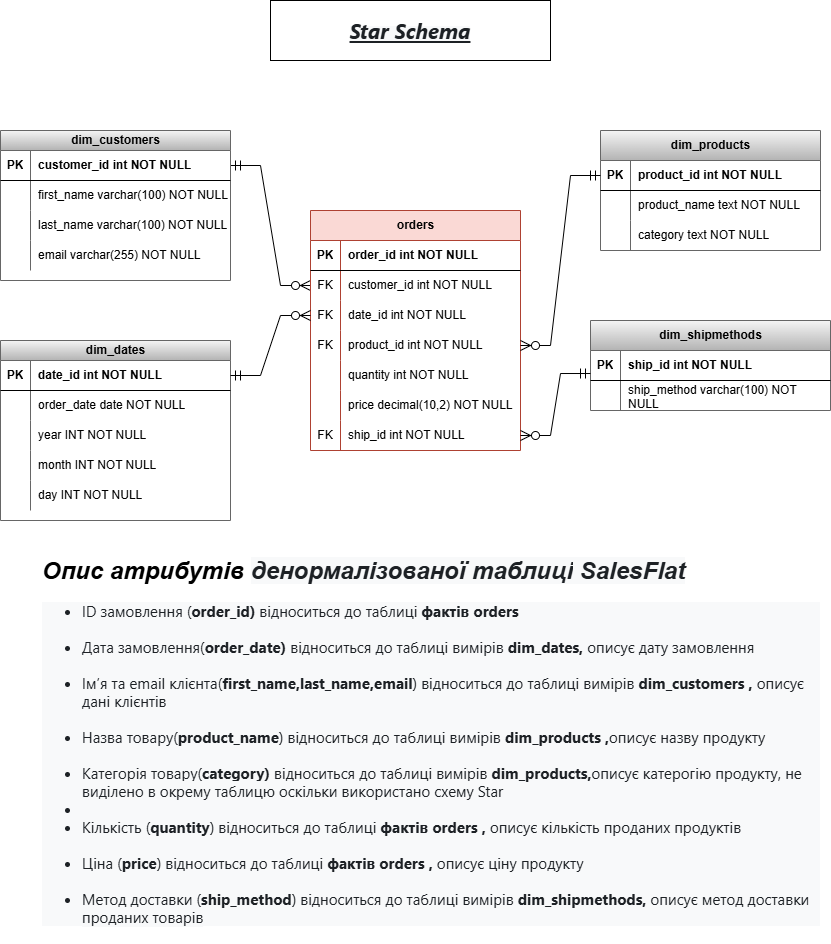
Earlier version of the draw.io export Untitled Diagram_1.drawio.png (oksanaSuriak/lab-homework). Source tidied: cells renumbered, new cells last; positions are measured from the earlier drawing's top-left corner, leaving out a move shared by most shapes.
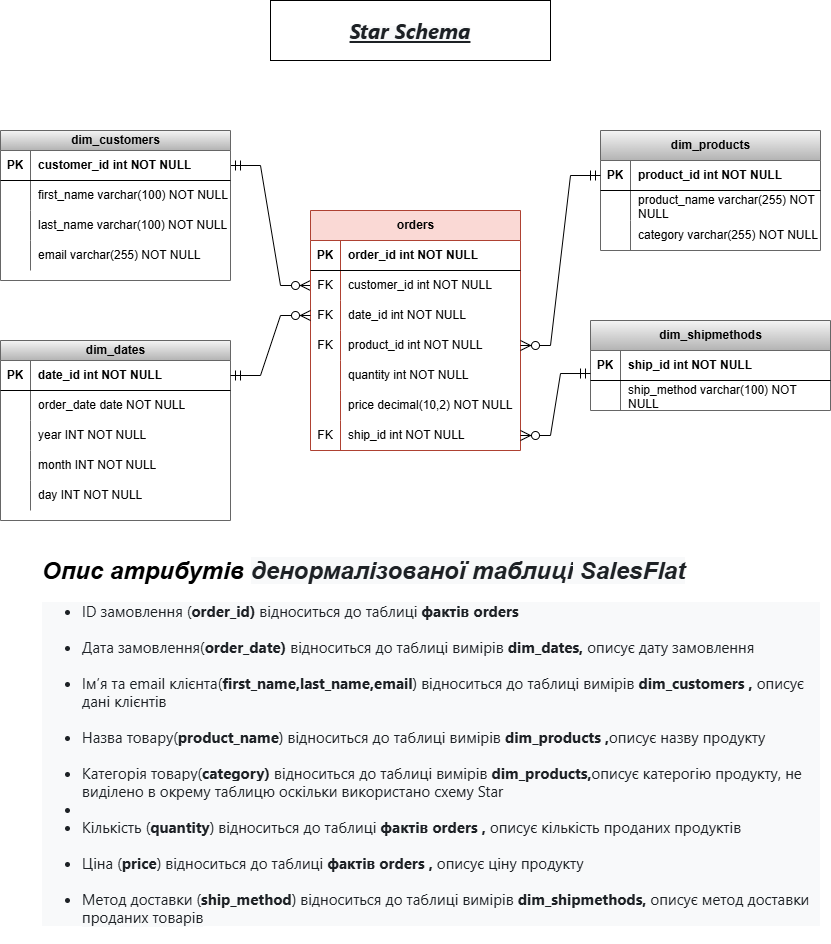
The same file after the commit.

Change to the diagram source:
```diff
@@ -89,7 +89,7 @@
     <mxCell id="30" style="shape=partialRectangle;fillColor=none;top=0;left=0;bottom=0;right=0;overflow=hidden;whiteSpace=wrap;html=1;" parent="29" vertex="1">
       <mxGeometry width="30" height="30" as="geometry" />
     </mxCell>
-    <mxCell id="31" value="product_name text NOT NULL" style="shape=partialRectangle;fillColor=none;top=0;left=0;bottom=0;right=0;align=left;spacingLeft=6;overflow=hidden;whiteSpace=wrap;html=1;" parent="29" vertex="1">
+    <mxCell id="31" value="product_name varchar(255)&amp;nbsp;NOT NULL" style="shape=partialRectangle;fillColor=none;top=0;left=0;bottom=0;right=0;align=left;spacingLeft=6;overflow=hidden;whiteSpace=wrap;html=1;" parent="29" vertex="1">
       <mxGeometry x="30" width="190" height="30" as="geometry" />
     </mxCell>
     <mxCell id="32" style="shape=tableRow;horizontal=0;startSize=0;swimlaneHead=0;swimlaneBody=0;fillColor=none;top=0;left=0;right=0;bottom=0;" parent="25" vertex="1">
@@ -98,7 +98,7 @@
     <mxCell id="33" style="shape=partialRectangle;fillColor=none;top=0;left=0;bottom=0;right=0;overflow=hidden;whiteSpace=wrap;html=1;" parent="32" vertex="1">
       <mxGeometry width="30" height="30" as="geometry" />
     </mxCell>
-    <mxCell id="34" value="category text NOT NULL" style="shape=partialRectangle;fillColor=none;top=0;left=0;bottom=0;right=0;align=left;spacingLeft=6;overflow=hidden;whiteSpace=wrap;html=1;" parent="32" vertex="1">
+    <mxCell id="34" value="category varchar(255)&amp;nbsp;NOT NULL" style="shape=partialRectangle;fillColor=none;top=0;left=0;bottom=0;right=0;align=left;spacingLeft=6;overflow=hidden;whiteSpace=wrap;html=1;" parent="32" vertex="1">
       <mxGeometry x="30" width="190" height="30" as="geometry" />
     </mxCell>
     <mxCell id="35" value="&lt;span style=&quot;box-sizing: border-box; font-weight: bolder; color: rgb(29, 33, 37); font-family: -apple-system, BlinkMacSystemFont, &amp;quot;Segoe UI&amp;quot;, Roboto, &amp;quot;Helvetica Neue&amp;quot;, Arial, &amp;quot;Noto Sans&amp;quot;, &amp;quot;Liberation Sans&amp;quot;, sans-serif, &amp;quot;Apple Color Emoji&amp;quot;, &amp;quot;Segoe UI Emoji&amp;quot;, &amp;quot;Segoe UI Symbol&amp;quot;, &amp;quot;Noto Color Emoji&amp;quot;; text-align: left; background-color: rgb(248, 249, 250);&quot; id=&quot;yui_3_18_1_1_1744878246023_117&quot;&gt;&lt;font style=&quot;font-size: 21px;&quot;&gt;&lt;u&gt;&lt;i&gt;Star Schema&lt;/i&gt;&lt;/u&gt;&lt;/font&gt;&lt;/span&gt;" style="rounded=0;whiteSpace=wrap;html=1;" parent="1" vertex="1">
```
